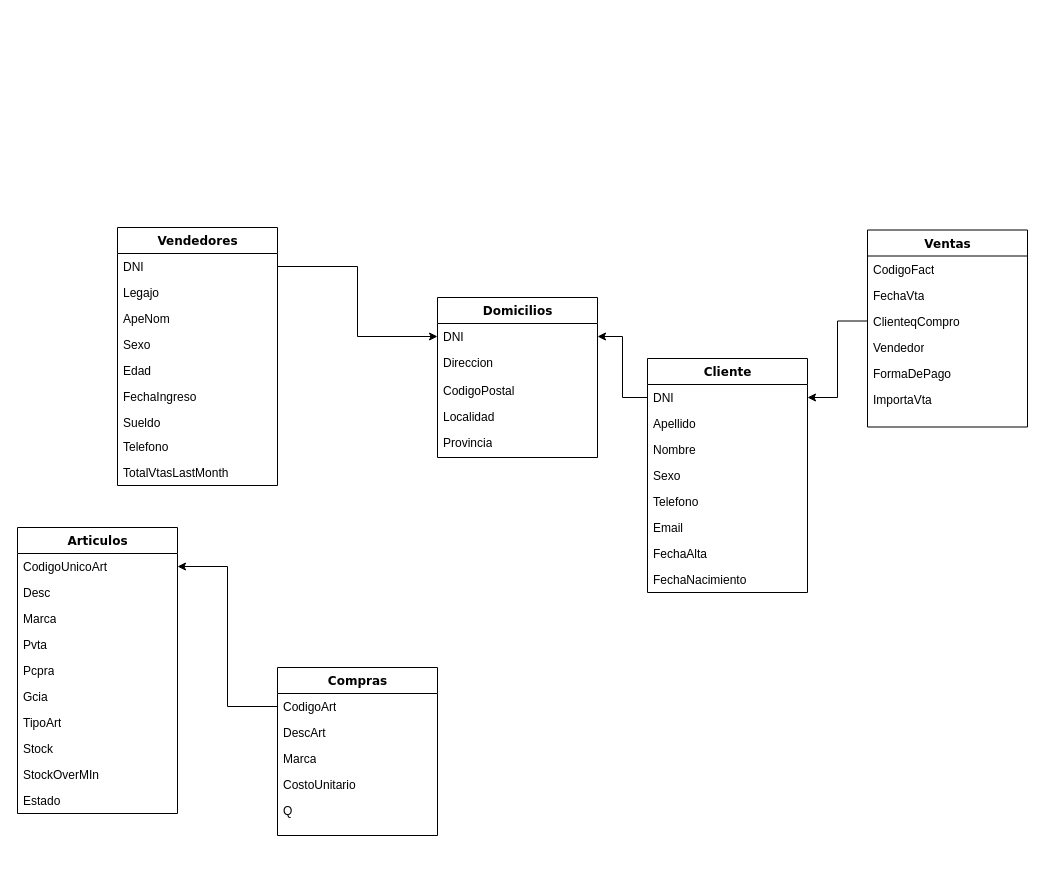
Before: Diagram TP1A V2.drawio in MATUKE23/LABIII, a draw.io diagram. Source tidied: cells renumbered, new cells numbered last; positions are measured from the earlier drawing's top-left corner, leaving out a move shared by most shapes. Both pictures are drawn from the tidied source at 100%, with x=0, y=0 at pixel (17, 227).
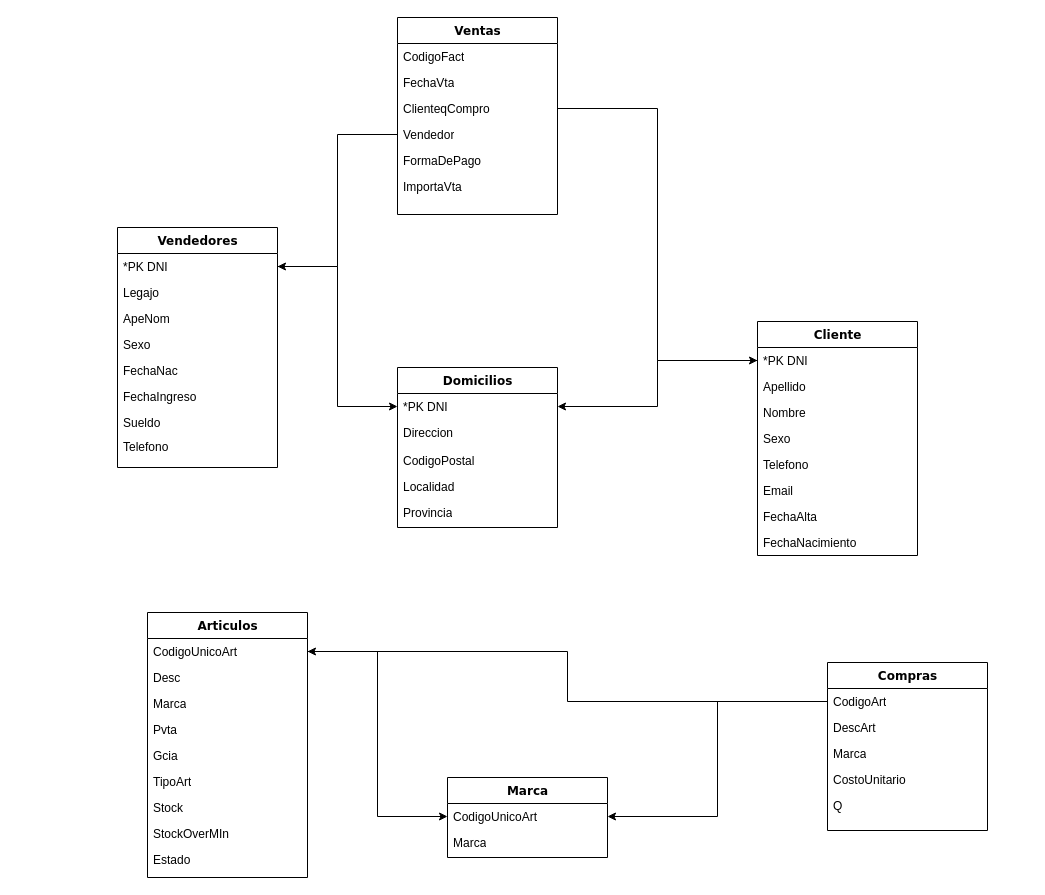
After the change.

The change refers to these unchanged cells:
```xml
<mxCell id="3" value="CodigoUnicoArt" style="text;html=1;strokeColor=none;fillColor=none;align=left;verticalAlign=top;spacingLeft=4;spacingRight=4;whiteSpace=wrap;overflow=hidden;points=[[0,0.5],[1,0.5]];portConstraint=eastwest;" parent="2" vertex="1">
  <mxGeometry y="26" width="160" height="26" as="geometry" />
</mxCell>
<mxCell id="27" value="Vendedor" style="text;html=1;strokeColor=none;fillColor=none;align=left;verticalAlign=top;spacingLeft=4;spacingRight=4;whiteSpace=wrap;overflow=hidden;points=[[0,0.5],[1,0.5]];portConstraint=eastwest;" parent="23" vertex="1">
  <mxGeometry y="104" width="160" height="26" as="geometry" />
</mxCell>
<mxCell id="40" value="CodigoArt" style="text;html=1;strokeColor=none;fillColor=none;align=left;verticalAlign=top;spacingLeft=4;spacingRight=4;whiteSpace=wrap;overflow=hidden;points=[[0,0.5],[1,0.5]];portConstraint=eastwest;" parent="39" vertex="1">
  <mxGeometry y="26" width="160" height="26" as="geometry" />
</mxCell>
```

Change to the diagram source:
```diff
@@
     <mxCell id="2" value="Articulos" style="swimlane;html=1;fontStyle=1;align=center;verticalAlign=top;horizontal=1;startSize=26;swimlaneFillColor=#ffffff;rounded=0;shadow=0;comic=0;labelBackgroundColor=none;strokeWidth=1;fillColor=none;fontFamily=Verdana;fontSize=12;" parent="1" vertex="1">
-      <mxGeometry y="300" width="160" height="286" as="geometry" />
+      <mxGeometry x="130" y="385" width="160" height="265" as="geometry" />
     </mxCell>
@@
-    <mxCell id="7" value="Pcpra" style="text;html=1;strokeColor=none;fillColor=none;align=left;verticalAlign=top;spacingLeft=4;spacingRight=4;whiteSpace=wrap;overflow=hidden;" parent="2" vertex="1">
-      <mxGeometry y="130" width="160" height="26" as="geometry" />
-    </mxCell>
     <mxCell id="8" value="Gcia" style="text;html=1;strokeColor=none;fillColor=none;align=left;verticalAlign=top;spacingLeft=4;spacingRight=4;whiteSpace=wrap;overflow=hidden;" parent="2" vertex="1">
-      <mxGeometry y="156" width="160" height="26" as="geometry" />
+      <mxGeometry y="130" width="160" height="26" as="geometry" />
     </mxCell>
     <mxCell id="9" value="TipoArt" style="text;html=1;strokeColor=none;fillColor=none;align=left;verticalAlign=top;spacingLeft=4;spacingRight=4;whiteSpace=wrap;overflow=hidden;" parent="2" vertex="1">
-      <mxGeometry y="182" width="160" height="26" as="geometry" />
+      <mxGeometry y="156" width="160" height="26" as="geometry" />
     </mxCell>
     <mxCell id="10" value="Stock&lt;br&gt;" style="text;html=1;strokeColor=none;fillColor=none;align=left;verticalAlign=top;spacingLeft=4;spacingRight=4;whiteSpace=wrap;overflow=hidden;" parent="2" vertex="1">
-      <mxGeometry y="208" width="160" height="26" as="geometry" />
+      <mxGeometry y="182" width="160" height="26" as="geometry" />
     </mxCell>
     <mxCell id="11" value="StockOverMIn&lt;br&gt;" style="text;html=1;strokeColor=none;fillColor=none;align=left;verticalAlign=top;spacingLeft=4;spacingRight=4;whiteSpace=wrap;overflow=hidden;" parent="2" vertex="1">
-      <mxGeometry y="234" width="160" height="26" as="geometry" />
+      <mxGeometry y="208" width="160" height="26" as="geometry" />
     </mxCell>
     <mxCell id="12" value="Estado" style="text;html=1;strokeColor=none;fillColor=none;align=left;verticalAlign=top;spacingLeft=4;spacingRight=4;whiteSpace=wrap;overflow=hidden;" parent="2" vertex="1">
-      <mxGeometry y="260" width="160" height="26" as="geometry" />
+      <mxGeometry y="234" width="160" height="26" as="geometry" />
     </mxCell>
     <mxCell id="13" value="Vendedores" style="swimlane;html=1;fontStyle=1;align=center;verticalAlign=top;horizontal=1;startSize=26;swimlaneFillColor=#ffffff;rounded=0;shadow=0;comic=0;labelBackgroundColor=none;strokeWidth=1;fillColor=none;fontFamily=Verdana;fontSize=12;" parent="1" vertex="1">
-      <mxGeometry x="100" width="160" height="258" as="geometry" />
+      <mxGeometry x="100" width="160" height="240" as="geometry" />
     </mxCell>
-    <mxCell id="14" value="DNI" style="text;html=1;strokeColor=none;fillColor=none;align=left;verticalAlign=top;spacingLeft=4;spacingRight=4;whiteSpace=wrap;overflow=hidden;points=[[0,0.5],[1,0.5]];portConstraint=eastwest;" parent="13" vertex="1">
+    <mxCell id="14" value="*PK DNI" style="text;html=1;strokeColor=none;fillColor=none;align=left;verticalAlign=top;spacingLeft=4;spacingRight=4;whiteSpace=wrap;overflow=hidden;points=[[0,0.5],[1,0.5]];portConstraint=eastwest;" parent="13" vertex="1">
       <mxGeometry y="26" width="160" height="26" as="geometry" />
     </mxCell>
@@
-    <mxCell id="18" value="Edad" style="text;html=1;strokeColor=none;fillColor=none;align=left;verticalAlign=top;spacingLeft=4;spacingRight=4;whiteSpace=wrap;overflow=hidden;" parent="13" vertex="1">
+    <mxCell id="18" value="FechaNac" style="text;html=1;strokeColor=none;fillColor=none;align=left;verticalAlign=top;spacingLeft=4;spacingRight=4;whiteSpace=wrap;overflow=hidden;" parent="13" vertex="1">
       <mxGeometry y="130" width="160" height="26" as="geometry" />
     </mxCell>
@@
-    <mxCell id="22" value="TotalVtasLastMonth" style="text;html=1;strokeColor=none;fillColor=none;align=left;verticalAlign=top;spacingLeft=4;spacingRight=4;whiteSpace=wrap;overflow=hidden;" parent="13" vertex="1">
-      <mxGeometry y="232" width="160" height="26" as="geometry" />
-    </mxCell>
     <mxCell id="23" value="Ventas" style="swimlane;html=1;fontStyle=1;align=center;verticalAlign=top;horizontal=1;startSize=26;swimlaneFillColor=#ffffff;rounded=0;shadow=0;comic=0;labelBackgroundColor=none;strokeWidth=1;fillColor=none;fontFamily=Verdana;fontSize=12;" parent="1" vertex="1">
-      <mxGeometry x="850" y="2.5" width="160" height="197" as="geometry" />
+      <mxGeometry x="380" y="-210" width="160" height="197" as="geometry" />
     </mxCell>
@@
     <mxCell id="30" value="Cliente" style="swimlane;html=1;fontStyle=1;align=center;verticalAlign=top;horizontal=1;startSize=26;swimlaneFillColor=#ffffff;rounded=0;shadow=0;comic=0;labelBackgroundColor=none;strokeWidth=1;fillColor=none;fontFamily=Verdana;fontSize=12;" parent="1" vertex="1">
-      <mxGeometry x="630" y="131" width="160" height="234" as="geometry" />
+      <mxGeometry x="740" y="94" width="160" height="234" as="geometry" />
     </mxCell>
-    <mxCell id="31" value="DNI" style="text;html=1;strokeColor=none;fillColor=none;align=left;verticalAlign=top;spacingLeft=4;spacingRight=4;whiteSpace=wrap;overflow=hidden;points=[[0,0.5],[1,0.5]];portConstraint=eastwest;" parent="30" vertex="1">
+    <mxCell id="31" value="*PK DNI" style="text;html=1;strokeColor=none;fillColor=none;align=left;verticalAlign=top;spacingLeft=4;spacingRight=4;whiteSpace=wrap;overflow=hidden;points=[[0,0.5],[1,0.5]];portConstraint=eastwest;" parent="30" vertex="1">
       <mxGeometry y="26" width="160" height="26" as="geometry" />
     </mxCell>
@@
     <mxCell id="39" value="Compras" style="swimlane;html=1;fontStyle=1;align=center;verticalAlign=top;horizontal=1;startSize=26;swimlaneFillColor=#ffffff;rounded=0;shadow=0;comic=0;labelBackgroundColor=none;strokeWidth=1;fillColor=none;fontFamily=Verdana;fontSize=12;" parent="1" vertex="1">
-      <mxGeometry x="260" y="440" width="160" height="168" as="geometry" />
+      <mxGeometry x="810" y="435" width="160" height="168" as="geometry" />
     </mxCell>
@@
     <mxCell id="45" value="Domicilios" style="swimlane;html=1;fontStyle=1;align=center;verticalAlign=top;horizontal=1;startSize=26;swimlaneFillColor=#ffffff;rounded=0;shadow=0;comic=0;labelBackgroundColor=none;strokeWidth=1;fillColor=none;fontFamily=Verdana;fontSize=12;" parent="1" vertex="1">
-      <mxGeometry x="420" y="70" width="160" height="160" as="geometry" />
+      <mxGeometry x="380" y="140" width="160" height="160" as="geometry" />
     </mxCell>
-    <mxCell id="46" value="DNI" style="text;html=1;strokeColor=none;fillColor=none;align=left;verticalAlign=top;spacingLeft=4;spacingRight=4;whiteSpace=wrap;overflow=hidden;points=[[0,0.5],[1,0.5]];portConstraint=eastwest;" parent="45" vertex="1">
+    <mxCell id="46" value="*PK DNI" style="text;html=1;strokeColor=none;fillColor=none;align=left;verticalAlign=top;spacingLeft=4;spacingRight=4;whiteSpace=wrap;overflow=hidden;points=[[0,0.5],[1,0.5]];portConstraint=eastwest;" parent="45" vertex="1">
       <mxGeometry y="26" width="160" height="26" as="geometry" />
     </mxCell>
@@
+    <mxCell id="55" value="Marca" style="swimlane;html=1;fontStyle=1;align=center;verticalAlign=top;horizontal=1;startSize=26;swimlaneFillColor=#ffffff;rounded=0;shadow=0;comic=0;labelBackgroundColor=none;strokeWidth=1;fillColor=none;fontFamily=Verdana;fontSize=12;" parent="1" vertex="1">
+      <mxGeometry x="430" y="550" width="160" height="80" as="geometry" />
+    </mxCell>
+    <mxCell id="56" value="CodigoUnicoArt" style="text;html=1;strokeColor=none;fillColor=none;align=left;verticalAlign=top;spacingLeft=4;spacingRight=4;whiteSpace=wrap;overflow=hidden;points=[[0,0.5],[1,0.5]];portConstraint=eastwest;" parent="55" vertex="1">
+      <mxGeometry y="26" width="160" height="26" as="geometry" />
+    </mxCell>
+    <mxCell id="57" value="Marca" style="text;html=1;strokeColor=none;fillColor=none;align=left;verticalAlign=top;spacingLeft=4;spacingRight=4;whiteSpace=wrap;overflow=hidden;" parent="55" vertex="1">
+      <mxGeometry y="52" width="160" height="26" as="geometry" />
+    </mxCell>
+    <mxCell id="58" style="edgeStyle=orthogonalEdgeStyle;rounded=0;jettySize=auto;html=1;" parent="1" edge="1" source="27" target="14">
+      <mxGeometry relative="1" as="geometry" />
+    </mxCell>
+    <mxCell id="59" style="edgeStyle=orthogonalEdgeStyle;rounded=0;jettySize=auto;html=1;" parent="1" edge="1" source="3" target="56">
+      <mxGeometry relative="1" as="geometry" />
+    </mxCell>
+    <mxCell id="60" style="edgeStyle=orthogonalEdgeStyle;rounded=0;jettySize=auto;html=1;" parent="1" edge="1" source="40" target="56">
+      <mxGeometry relative="1" as="geometry" />
+    </mxCell>
```
